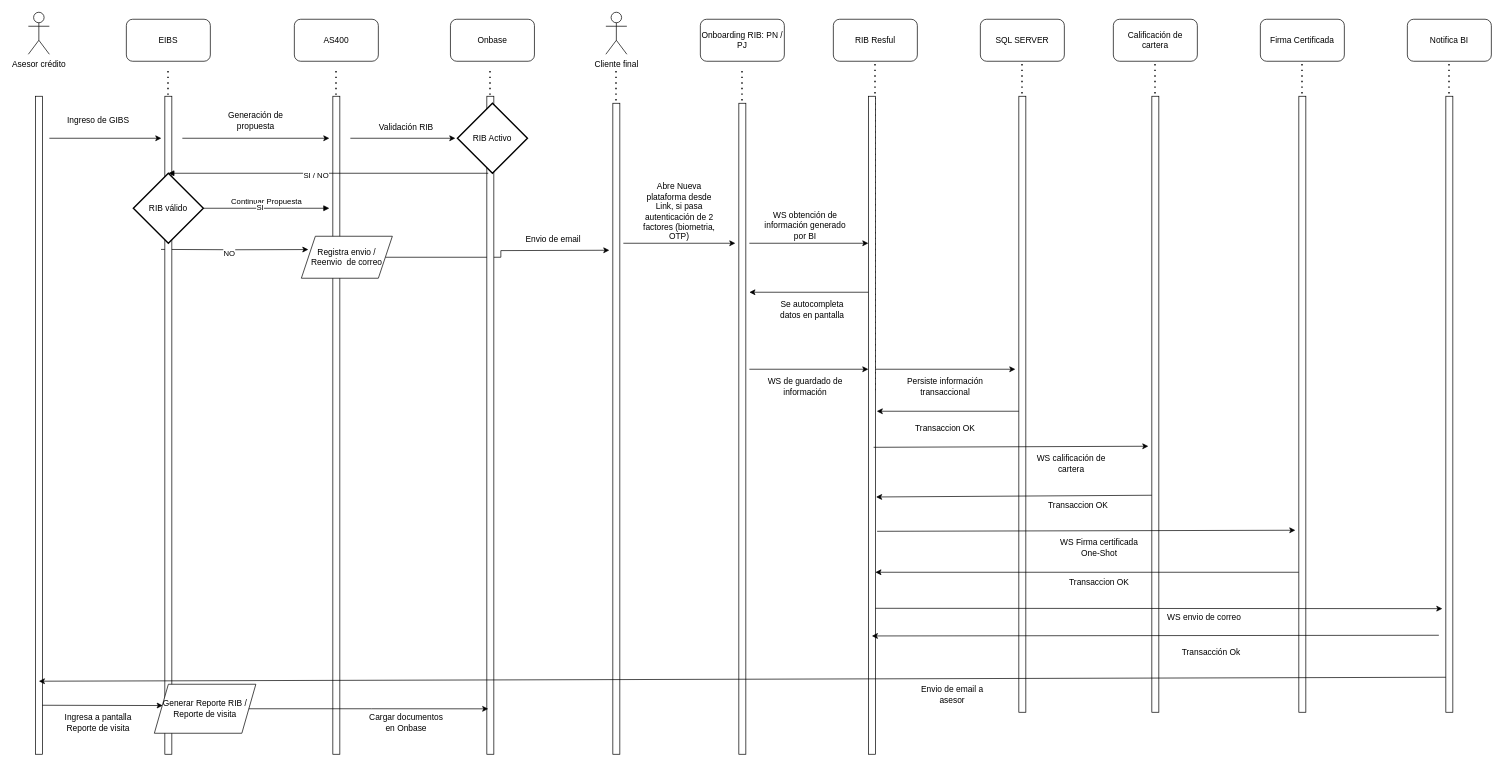
Earlier version of the draw.io diagram DiagramaSecuencia.drawio (GonzaloDavid/diagramas). Source tidied: cells renumbered, new cells numbered last; positions are measured from the earlier drawing's top-left corner, leaving out a move shared by most shapes. Both pictures are drawn from the tidied source at 70%, with x=0, y=0 at pixel (28, 12).
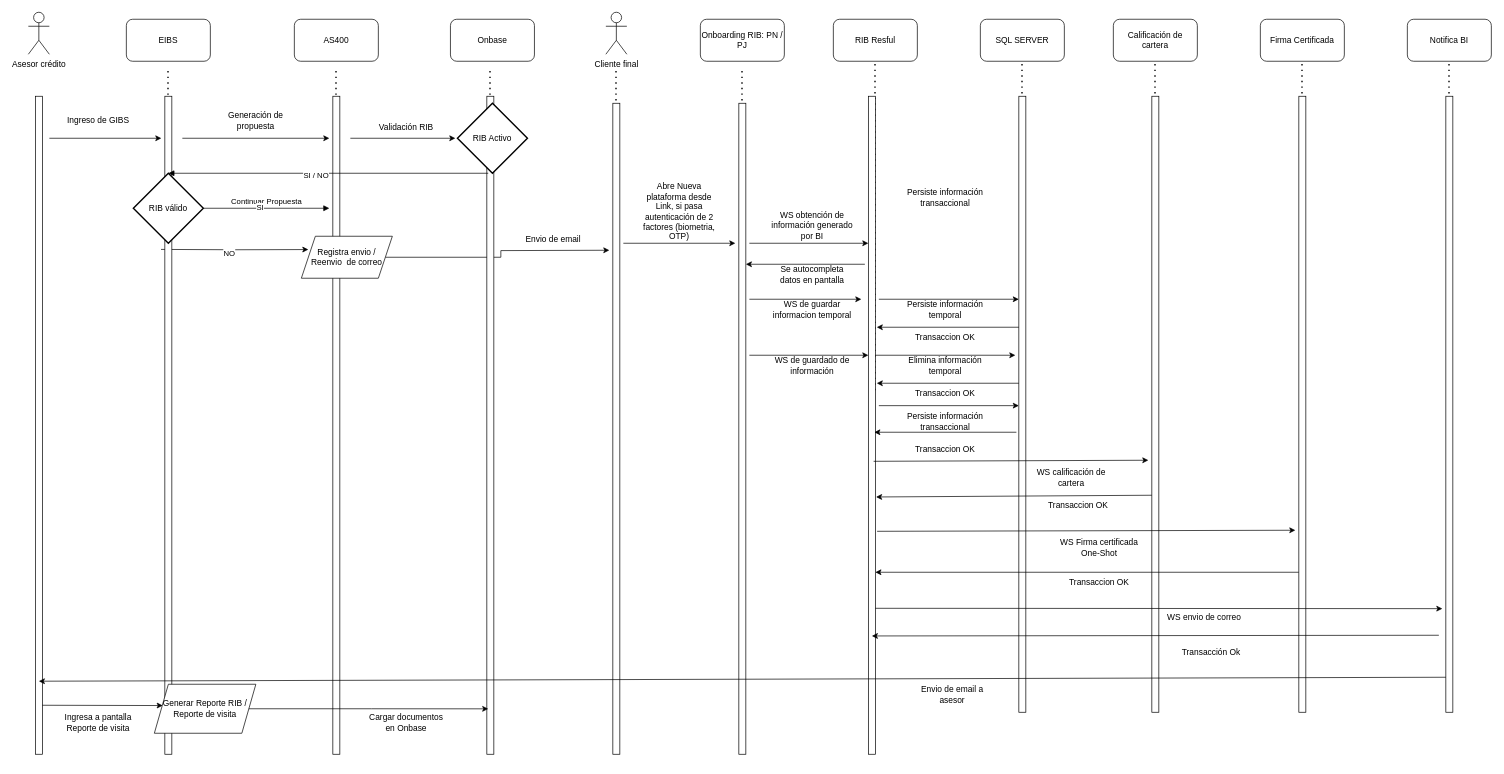
The same page after the edit.

The change refers to these unchanged cells:
```xml
<mxCell id="3" style="group;" parent="1" vertex="1">
  <mxGeometry x="1150" y="10" width="120" height="1050" as="geometry" />
</mxCell>
<mxCell id="8" style="group;" parent="1" vertex="1">
  <mxGeometry x="1360" y="10" width="120" height="990" as="geometry" />
</mxCell>
<mxCell id="12" style="group;" parent="1" vertex="1">
  <mxGeometry x="960" y="20" width="120" height="1040" as="geometry" />
</mxCell>
```

Change to the diagram source:
```diff
@@
-    <mxCell id="7" style="endArrow=classic;html=1;rounded=0;" parent="3" edge="1">
-      <mxGeometry relative="1" as="geometry">
-        <mxPoint x="50" y="390" as="sourcePoint" />
-        <mxPoint x="-120" y="390" as="targetPoint" />
-      </mxGeometry>
-    </mxCell>
+    <mxCell id="16" style="endArrow=classic;html=1;rounded=0;" parent="3" edge="1">
+      <mxGeometry relative="1" as="geometry">
+        <mxPoint x="-120" y="320" as="sourcePoint" />
+        <mxPoint x="50" y="320" as="targetPoint" />
+      </mxGeometry>
+    </mxCell>
@@
+    <mxCell id="92" style="endArrow=classic;html=1;rounded=0;" parent="8" edge="1">
+      <mxGeometry relative="1" as="geometry">
+        <mxPoint x="-150" y="480" as="sourcePoint" />
+        <mxPoint x="50" y="480" as="targetPoint" />
+      </mxGeometry>
+    </mxCell>
+    <mxCell id="93" style="endArrow=classic;html=1;rounded=0;" parent="8" edge="1">
+      <mxGeometry relative="1" as="geometry">
+        <mxPoint x="55" y="520" as="sourcePoint" />
+        <mxPoint x="-148" y="520" as="targetPoint" />
+      </mxGeometry>
+    </mxCell>
+    <mxCell id="94" style="endArrow=classic;html=1;rounded=0;" parent="8" edge="1">
+      <mxGeometry relative="1" as="geometry">
+        <mxPoint x="-145" y="552" as="sourcePoint" />
+        <mxPoint x="55" y="552" as="targetPoint" />
+      </mxGeometry>
+    </mxCell>
@@
-    <mxCell id="16" style="endArrow=classic;html=1;rounded=0;" parent="12" edge="1">
-      <mxGeometry relative="1" as="geometry">
-        <mxPoint x="70" y="310" as="sourcePoint" />
-        <mxPoint x="240" y="310" as="targetPoint" />
-      </mxGeometry>
-    </mxCell>
-    <mxCell id="17" style="endArrow=classic;html=1;rounded=0;" parent="12" edge="1">
-      <mxGeometry relative="1" as="geometry">
-        <mxPoint x="70" y="490" as="sourcePoint" />
-        <mxPoint x="240" y="490" as="targetPoint" />
-      </mxGeometry>
-    </mxCell>
+    <mxCell id="7" style="endArrow=classic;html=1;rounded=0;" parent="12" edge="1">
+      <mxGeometry relative="1" as="geometry">
+        <mxPoint x="235" y="340" as="sourcePoint" />
+        <mxPoint x="65" y="340" as="targetPoint" />
+      </mxGeometry>
+    </mxCell>
@@
     <mxCell id="56" value="WS obtención de información generado por BI" style="text;html=1;align=center;verticalAlign=middle;whiteSpace=wrap;rounded=0;" parent="1" vertex="1">
-      <mxGeometry x="1050" y="290" width="120" height="30" as="geometry" />
+      <mxGeometry x="1060" y="290" width="120" height="30" as="geometry" />
     </mxCell>
     <mxCell id="57" value="Se autocompleta datos en pantalla" style="text;html=1;align=center;verticalAlign=middle;whiteSpace=wrap;rounded=0;" parent="1" vertex="1">
-      <mxGeometry x="1060" y="410" width="120" height="30" as="geometry" />
+      <mxGeometry x="1060" y="360" width="120" height="30" as="geometry" />
     </mxCell>
     <mxCell id="58" value="WS de guardado de información" style="text;html=1;align=center;verticalAlign=middle;whiteSpace=wrap;rounded=0;" parent="1" vertex="1">
-      <mxGeometry x="1050" y="520" width="120" height="30" as="geometry" />
+      <mxGeometry x="1060" y="490" width="120" height="30" as="geometry" />
     </mxCell>
-    <mxCell id="59" style="endArrow=classic;html=1;rounded=0;" parent="1" edge="1">
-      <mxGeometry relative="1" as="geometry">
-        <mxPoint x="1210" y="510" as="sourcePoint" />
-        <mxPoint x="1410" y="510" as="targetPoint" />
-      </mxGeometry>
-    </mxCell>
     <mxCell id="60" value="Persiste información transaccional" style="text;html=1;align=center;verticalAlign=middle;whiteSpace=wrap;rounded=0;" parent="1" vertex="1">
-      <mxGeometry x="1250" y="520" width="120" height="30" as="geometry" />
+      <mxGeometry x="1250" y="570" width="120" height="30" as="geometry" />
     </mxCell>
@@
     <mxCell id="78" value="Transaccion OK" style="text;html=1;align=center;verticalAlign=middle;whiteSpace=wrap;rounded=0;" parent="1" vertex="1">
-      <mxGeometry x="1250" y="580" width="120" height="30" as="geometry" />
+      <mxGeometry x="1250" y="610" width="120" height="30" as="geometry" />
     </mxCell>
     <mxCell id="79" style="endArrow=classic;html=1;rounded=0;" parent="1" edge="1">
       <mxGeometry relative="1" as="geometry">
-        <mxPoint x="1207.5" y="621.5" as="sourcePoint" />
-        <mxPoint x="1600" y="620" as="targetPoint" />
+        <mxPoint x="1207.5" y="641.5" as="sourcePoint" />
+        <mxPoint x="1600" y="640" as="targetPoint" />
       </mxGeometry>
     </mxCell>
     <mxCell id="80" style="endArrow=classic;html=1;rounded=0;" parent="1" edge="1">
       <mxGeometry relative="1" as="geometry">
-        <mxPoint x="1415" y="570" as="sourcePoint" />
-        <mxPoint x="1212" y="570" as="targetPoint" />
+        <mxPoint x="1411.5" y="600" as="sourcePoint" />
+        <mxPoint x="1208.5" y="600" as="targetPoint" />
       </mxGeometry>
     </mxCell>
     <mxCell id="81" value="WS calificación de cartera" style="text;html=1;align=center;verticalAlign=middle;whiteSpace=wrap;rounded=0;" parent="1" vertex="1">
-      <mxGeometry x="1430" y="630" width="120" height="30" as="geometry" />
+      <mxGeometry x="1430" y="650" width="120" height="30" as="geometry" />
     </mxCell>
@@
+    <mxCell id="95" style="endArrow=classic;html=1;rounded=0;" parent="1" edge="1">
+      <mxGeometry relative="1" as="geometry">
+        <mxPoint x="1030" y="410" as="sourcePoint" />
+        <mxPoint x="1190" y="410" as="targetPoint" />
+      </mxGeometry>
+    </mxCell>
+    <mxCell id="96" value="WS de guardar informacion temporal" style="text;html=1;align=center;verticalAlign=middle;whiteSpace=wrap;rounded=0;" parent="1" vertex="1">
+      <mxGeometry x="1060" y="410" width="120" height="30" as="geometry" />
+    </mxCell>
+    <mxCell id="17" style="endArrow=classic;html=1;rounded=0;" parent="1" edge="1">
+      <mxGeometry relative="1" as="geometry">
+        <mxPoint x="1030" y="490" as="sourcePoint" />
+        <mxPoint x="1200" y="490" as="targetPoint" />
+      </mxGeometry>
+    </mxCell>
+    <mxCell id="97" value="Persiste información temporal" style="text;html=1;align=center;verticalAlign=middle;whiteSpace=wrap;rounded=0;" parent="1" vertex="1">
+      <mxGeometry x="1250" y="410" width="120" height="30" as="geometry" />
+    </mxCell>
+    <mxCell id="98" value="Transaccion OK" style="text;html=1;align=center;verticalAlign=middle;whiteSpace=wrap;rounded=0;" parent="1" vertex="1">
+      <mxGeometry x="1250" y="450" width="120" height="30" as="geometry" />
+    </mxCell>
+    <mxCell id="59" style="endArrow=classic;html=1;rounded=0;" parent="1" edge="1">
+      <mxGeometry relative="1" as="geometry">
+        <mxPoint x="1215" y="410" as="sourcePoint" />
+        <mxPoint x="1415" y="410" as="targetPoint" />
+      </mxGeometry>
+    </mxCell>
+    <mxCell id="99" style="endArrow=classic;html=1;rounded=0;" parent="1" edge="1">
+      <mxGeometry relative="1" as="geometry">
+        <mxPoint x="1415" y="450" as="sourcePoint" />
+        <mxPoint x="1212" y="450" as="targetPoint" />
+      </mxGeometry>
+    </mxCell>
+    <mxCell id="100" value="Persiste información transaccional" style="text;html=1;align=center;verticalAlign=middle;whiteSpace=wrap;rounded=0;" parent="1" vertex="1">
+      <mxGeometry x="1250" y="250" width="120" height="30" as="geometry" />
+    </mxCell>
+    <mxCell id="101" value="Elimina información temporal" style="text;html=1;align=center;verticalAlign=middle;whiteSpace=wrap;rounded=0;" parent="1" vertex="1">
+      <mxGeometry x="1250" y="490" width="120" height="30" as="geometry" />
+    </mxCell>
+    <mxCell id="102" value="Transaccion OK" style="text;html=1;align=center;verticalAlign=middle;whiteSpace=wrap;rounded=0;" parent="1" vertex="1">
+      <mxGeometry x="1250" y="530" width="120" height="30" as="geometry" />
+    </mxCell>
```
